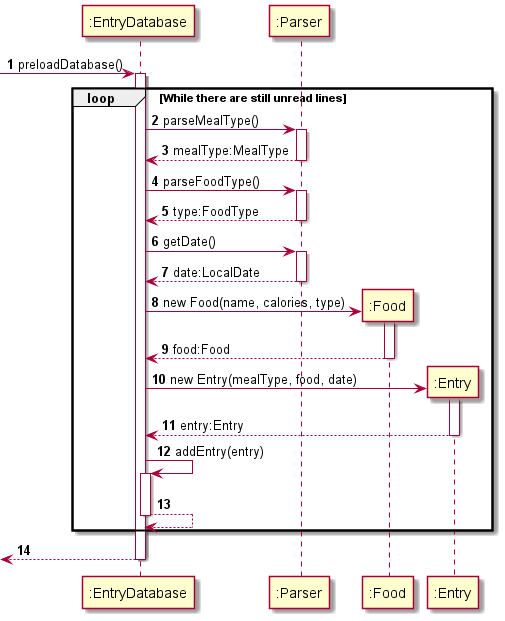
praj-bellakka/tp keeps this PlantUML diagram as docs/diagrams-DG/EntryDatabase_preLoadDatabase_Seq.png. Above is the earlier version.
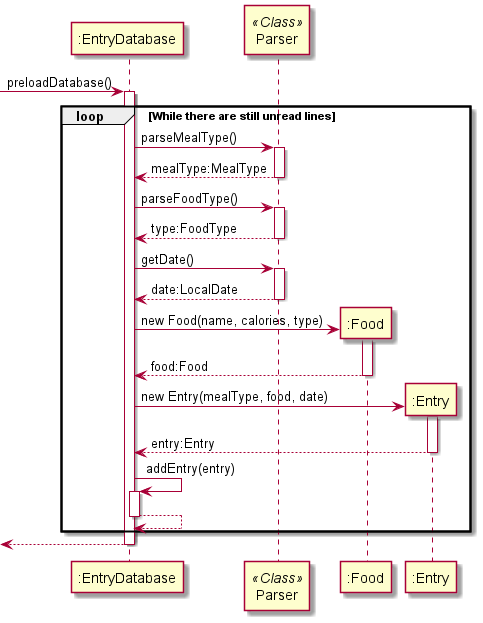
After the commit.

Diff of the diagram source:
```diff
@@ -1,22 +1,20 @@
 @startuml
-
-autonumber
 
 -> ":EntryDatabase": preloadDatabase()
 activate ":EntryDatabase"
-
+participant Parser << Class >>
 loop While there are still unread lines
 
-    ":EntryDatabase" -> ":Parser": parseMealType()
-    activate ":Parser"
+    ":EntryDatabase" -> Parser: parseMealType()
+    activate Parser
     return mealType:MealType
 
-    ":EntryDatabase" -> ":Parser": parseFoodType()
-    activate ":Parser"
+    ":EntryDatabase" -> Parser: parseFoodType()
+    activate Parser
     return type:FoodType
 
-    ":EntryDatabase" -> ":Parser": getDate()
-    activate ":Parser"
+    ":EntryDatabase" -> Parser: getDate()
+    activate Parser
     return date:LocalDate
 
     create ":Food"
```
